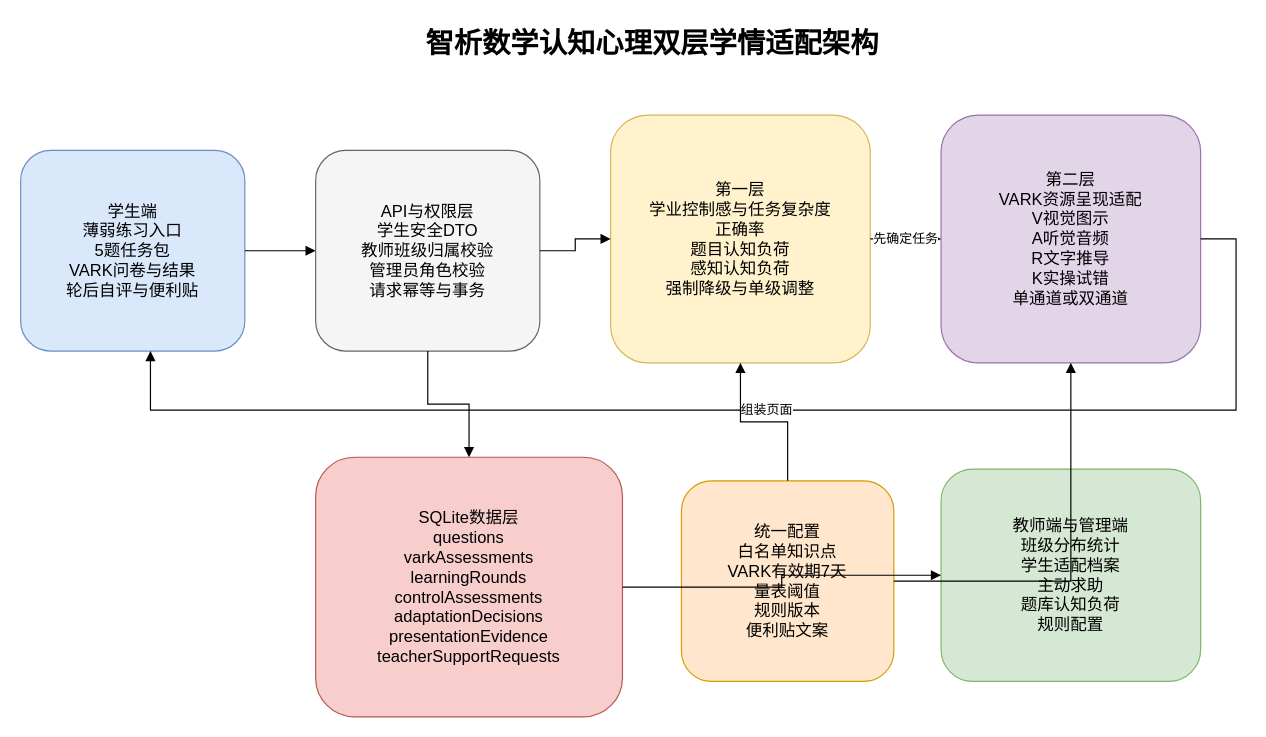
tianya-create/zhiXiShuXue keeps this draw.io diagram as output/支撑材料/01_项目文档/01-4_系统原理结构图_双层学情适配.drawio. Above is the earlier version. Source tidied: cells renumbered, new cells numbered last; positions are measured from the earlier drawing's top-left corner, leaving out a move shared by most shapes. Both pictures are drawn from the tidied source at 118%, with x=0, y=0 at pixel (20, 20).
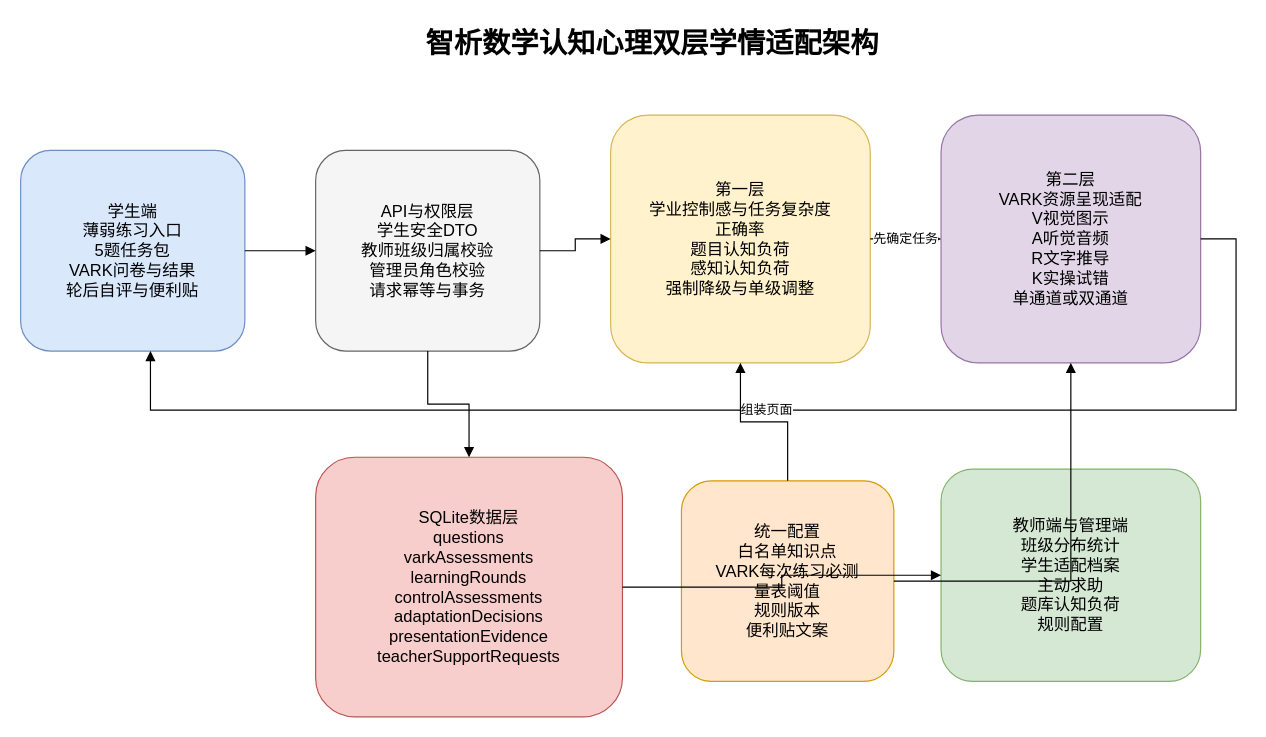
Above is the later version.

Change to the diagram source:
```diff
@@
 <mxGraphModel>
   <root>
     <mxCell id="0" />
     <mxCell id="1" parent="0" />
     <mxCell id="2" value="智析数学认知心理双层学情适配架构" style="text;html=1;align=center;verticalAlign=middle;fontSize=24;fontStyle=1;" parent="1" vertex="1">
       <mxGeometry x="210" width="650" height="40" as="geometry" />
     </mxCell>
     <mxCell id="3" value="学生端&#10;薄弱练习入口&#10;5题任务包&#10;VARK问卷与结果&#10;轮后自评与便利贴" style="rounded=1;whiteSpace=wrap;html=1;fillColor=#dae8fc;strokeColor=#6c8ebf;fontSize=14;spacing=10;" parent="1" vertex="1">
       <mxGeometry y="110" width="190" height="170" as="geometry" />
     </mxCell>
     <mxCell id="4" value="API与权限层&#10;学生安全DTO&#10;教师班级归属校验&#10;管理员角色校验&#10;请求幂等与事务" style="rounded=1;whiteSpace=wrap;html=1;fillColor=#f5f5f5;strokeColor=#666666;fontSize=14;spacing=10;" parent="1" vertex="1">
       <mxGeometry x="250" y="110" width="190" height="170" as="geometry" />
     </mxCell>
     <mxCell id="5" value="第一层&#10;学业控制感与任务复杂度&#10;正确率&#10;题目认知负荷&#10;感知认知负荷&#10;强制降级与单级调整" style="rounded=1;whiteSpace=wrap;html=1;fillColor=#fff2cc;strokeColor=#d6b656;fontSize=14;spacing=10;" parent="1" vertex="1">
       <mxGeometry x="500" y="80" width="220" height="210" as="geometry" />
     </mxCell>
     <mxCell id="6" value="第二层&#10;VARK资源呈现适配&#10;V视觉图示&#10;A听觉音频&#10;R文字推导&#10;K实操试错&#10;单通道或双通道" style="rounded=1;whiteSpace=wrap;html=1;fillColor=#e1d5e7;strokeColor=#9673a6;fontSize=14;spacing=10;" parent="1" vertex="1">
       <mxGeometry x="780" y="80" width="220" height="210" as="geometry" />
     </mxCell>
     <mxCell id="7" value="教师端与管理端&#10;班级分布统计&#10;学生适配档案&#10;主动求助&#10;题库认知负荷&#10;规则配置" style="rounded=1;whiteSpace=wrap;html=1;fillColor=#d5e8d4;strokeColor=#82b366;fontSize=14;spacing=10;" parent="1" vertex="1">
       <mxGeometry x="780" y="380" width="220" height="180" as="geometry" />
     </mxCell>
     <mxCell id="8" value="SQLite数据层&#10;questions&#10;varkAssessments&#10;learningRounds&#10;controlAssessments&#10;adaptationDecisions&#10;presentationEvidence&#10;teacherSupportRequests" style="rounded=1;whiteSpace=wrap;html=1;fillColor=#f8cecc;strokeColor=#b85450;fontSize=14;spacing=10;" parent="1" vertex="1">
       <mxGeometry x="250" y="370" width="260" height="220" as="geometry" />
     </mxCell>
-    <mxCell id="9" value="统一配置&#10;白名单知识点&#10;VARK有效期7天&#10;量表阈值&#10;规则版本&#10;便利贴文案" style="rounded=1;whiteSpace=wrap;html=1;fillColor=#ffe6cc;strokeColor=#d79b00;fontSize=14;spacing=10;" parent="1" vertex="1">
+    <mxCell id="9" value="统一配置&#10;白名单知识点&#10;VARK每次练习必测&#10;量表阈值&#10;规则版本&#10;便利贴文案" style="rounded=1;whiteSpace=wrap;html=1;fillColor=#ffe6cc;strokeColor=#d79b00;fontSize=14;spacing=10;" parent="1" vertex="1">
       <mxGeometry x="560" y="390" width="180" height="170" as="geometry" />
     </mxCell>
     <mxCell id="10" style="edgeStyle=orthogonalEdgeStyle;rounded=0;jettySize=auto;html=1;endArrow=block;endFill=1;" parent="1" edge="1" source="3" target="4">
       <mxGeometry relative="1" as="geometry" />
     </mxCell>
     <mxCell id="11" style="edgeStyle=orthogonalEdgeStyle;rounded=0;jettySize=auto;html=1;endArrow=block;endFill=1;" parent="1" edge="1" source="4" target="5">
       <mxGeometry relative="1" as="geometry" />
     </mxCell>
     <mxCell id="12" value="先确定任务" style="edgeStyle=orthogonalEdgeStyle;rounded=0;jettySize=auto;html=1;endArrow=block;endFill=1;" parent="1" edge="1" source="5" target="6">
       <mxGeometry relative="1" as="geometry" />
     </mxCell>
     <mxCell id="13" value="组装页面" style="edgeStyle=orthogonalEdgeStyle;rounded=0;jettySize=auto;html=1;endArrow=block;endFill=1;" parent="1" edge="1" source="6" target="3">
       <mxGeometry relative="1" as="geometry">
         <Array as="points">
           <mxPoint x="1030" y="330" />
           <mxPoint x="110" y="330" />
         </Array>
       </mxGeometry>
     </mxCell>
     <mxCell id="14" style="edgeStyle=orthogonalEdgeStyle;rounded=0;jettySize=auto;html=1;endArrow=block;endFill=1;" parent="1" edge="1" source="4" target="8">
       <mxGeometry relative="1" as="geometry" />
     </mxCell>
     <mxCell id="15" style="edgeStyle=orthogonalEdgeStyle;rounded=0;jettySize=auto;html=1;endArrow=block;endFill=1;" parent="1" edge="1" source="8" target="7">
       <mxGeometry relative="1" as="geometry" />
     </mxCell>
     <mxCell id="16" style="edgeStyle=orthogonalEdgeStyle;rounded=0;jettySize=auto;html=1;endArrow=block;endFill=1;" parent="1" edge="1" source="9" target="5">
       <mxGeometry relative="1" as="geometry" />
     </mxCell>
     <mxCell id="17" style="edgeStyle=orthogonalEdgeStyle;rounded=0;jettySize=auto;html=1;endArrow=block;endFill=1;" parent="1" edge="1" source="9" target="6">
       <mxGeometry relative="1" as="geometry" />
     </mxCell>
   </root>
 </mxGraphModel>
```
